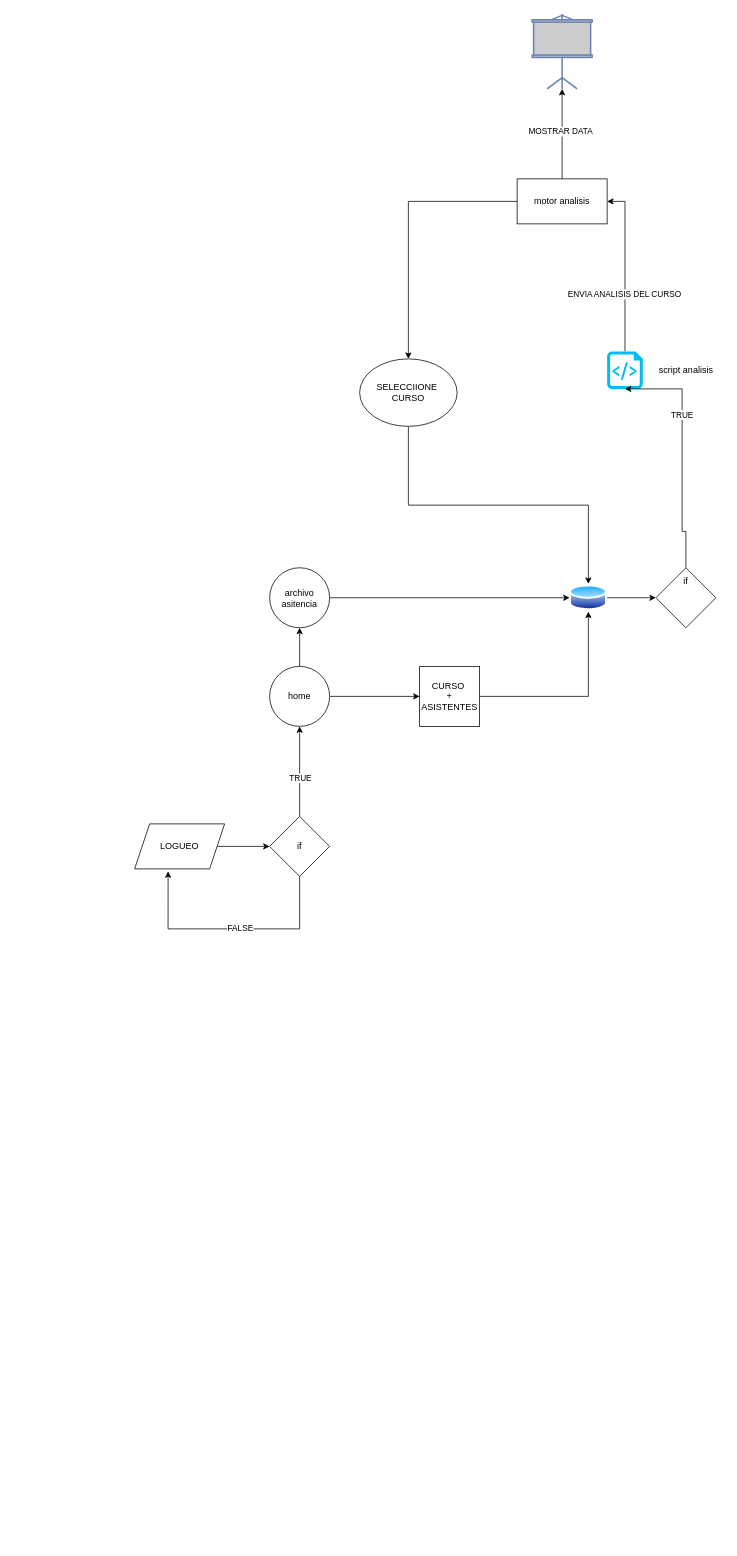
Earlier version of the draw.io diagram Docu/Diagrama de flujo.drawio (SCaneoGarrido/Desarrollo_Proyc_Tecn). Source tidied: cells renumbered, new cells numbered last; positions are measured from the earlier drawing's top-left corner, leaving out a move shared by most shapes. Both pictures are drawn from the tidied source at 75%, with x=0, y=0 at pixel (134, 14).
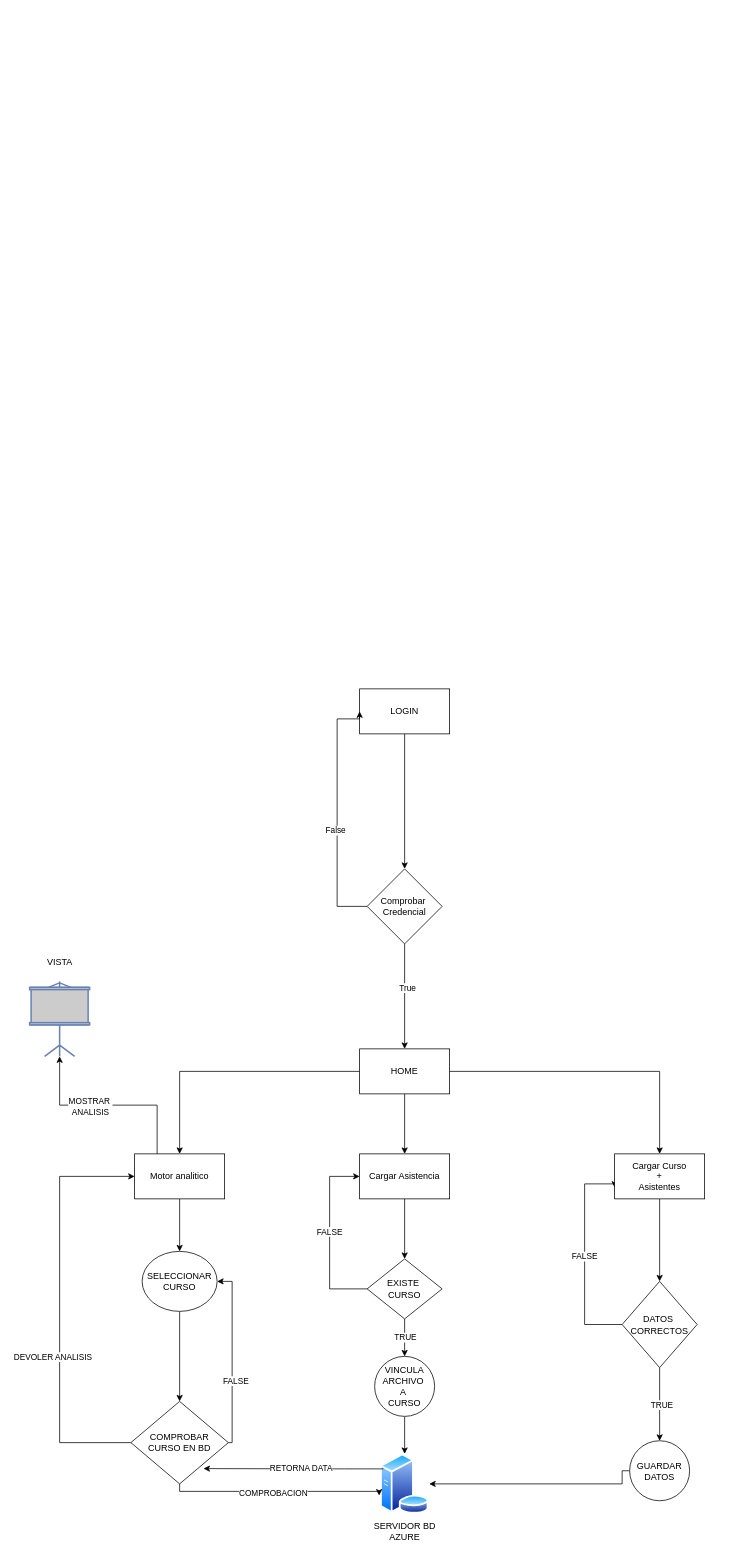
The same page after the edit.

Commit message (it also covers changes not shown here):
cambio flujo de app

What changed in the source:
```diff
@@
-    <mxCell id="2" style="edgeStyle=orthogonalEdgeStyle;rounded=0;jettySize=auto;html=1;entryX=0;entryY=0.5;entryDx=0;entryDy=0;" parent="1" edge="1" source="3" target="6">
-      <mxGeometry relative="1" as="geometry" />
-    </mxCell>
-    <mxCell id="3" value="LOGUEO" style="shape=parallelogram;perimeter=parallelogramPerimeter;whiteSpace=wrap;html=1;fixedSize=1;" parent="1" vertex="1">
-      <mxGeometry y="1080" width="120" height="60" as="geometry" />
-    </mxCell>
-    <mxCell id="4" style="edgeStyle=orthogonalEdgeStyle;rounded=0;jettySize=auto;html=1;" parent="1" edge="1" source="6" target="9">
-      <mxGeometry relative="1" as="geometry" />
-    </mxCell>
-    <mxCell id="5" value="TRUE" style="edgeLabel;html=1;align=center;verticalAlign=middle;" parent="4" vertex="1">
-      <mxGeometry x="-0.13" relative="1" as="geometry" />
-    </mxCell>
-    <mxCell id="6" value="if" style="rhombus;whiteSpace=wrap;html=1;" parent="1" vertex="1">
-      <mxGeometry x="180" y="1070" width="80" height="80" as="geometry" />
-    </mxCell>
-    <mxCell id="7" style="edgeStyle=orthogonalEdgeStyle;rounded=0;jettySize=auto;html=1;entryX=0;entryY=0.5;entryDx=0;entryDy=0;" parent="1" edge="1" source="9" target="13">
-      <mxGeometry relative="1" as="geometry" />
-    </mxCell>
-    <mxCell id="8" style="edgeStyle=orthogonalEdgeStyle;rounded=0;jettySize=auto;html=1;" parent="1" edge="1" source="9" target="17">
-      <mxGeometry relative="1" as="geometry" />
-    </mxCell>
-    <mxCell id="9" value="home" style="ellipse;whiteSpace=wrap;html=1;" parent="1" vertex="1">
-      <mxGeometry x="180" y="870" width="80" height="80" as="geometry" />
-    </mxCell>
-    <mxCell id="10" style="edgeStyle=orthogonalEdgeStyle;rounded=0;jettySize=auto;html=1;entryX=0.372;entryY=1.055;entryDx=0;entryDy=0;entryPerimeter=0;exitX=0.5;exitY=1;exitDx=0;exitDy=0;" parent="1" edge="1" source="6" target="3">
-      <mxGeometry relative="1" as="geometry">
-        <Array as="points">
-          <mxPoint x="220" y="1220" />
-          <mxPoint x="45" y="1220" />
-        </Array>
-      </mxGeometry>
-    </mxCell>
-    <mxCell id="11" value="FALSE" style="edgeLabel;html=1;align=center;verticalAlign=middle;" parent="10" vertex="1">
-      <mxGeometry x="-0.07" y="-2" relative="1" as="geometry" />
-    </mxCell>
-    <mxCell id="12" style="edgeStyle=orthogonalEdgeStyle;rounded=0;jettySize=auto;html=1;entryX=0.5;entryY=1;entryDx=0;entryDy=0;" parent="1" edge="1" source="13" target="15">
-      <mxGeometry relative="1" as="geometry" />
-    </mxCell>
-    <mxCell id="13" value="CURSO&amp;nbsp;&lt;br&gt;+&lt;br&gt;ASISTENTES" style="whiteSpace=wrap;html=1;" parent="1" vertex="1">
-      <mxGeometry x="380" y="870" width="80" height="80" as="geometry" />
-    </mxCell>
-    <mxCell id="14" style="edgeStyle=orthogonalEdgeStyle;rounded=0;jettySize=auto;html=1;" parent="1" edge="1" source="15" target="22">
-      <mxGeometry relative="1" as="geometry" />
-    </mxCell>
-    <mxCell id="15" style="image;perimeter=ellipsePerimeter;html=1;align=center;shadow=0;dashed=0;spacingTop=3;image=img/lib/active_directory/database.svg;" parent="1" vertex="1">
-      <mxGeometry x="580" y="760" width="50" height="37" as="geometry" />
-    </mxCell>
-    <mxCell id="16" style="edgeStyle=orthogonalEdgeStyle;rounded=0;jettySize=auto;html=1;entryX=0;entryY=0.5;entryDx=0;entryDy=0;" parent="1" edge="1" source="17" target="15">
-      <mxGeometry relative="1" as="geometry" />
-    </mxCell>
-    <mxCell id="17" value="archivo asitencia" style="ellipse;whiteSpace=wrap;html=1;" parent="1" vertex="1">
-      <mxGeometry x="180" y="738.5" width="80" height="80" as="geometry" />
-    </mxCell>
-    <mxCell id="18" style="edgeStyle=orthogonalEdgeStyle;rounded=0;jettySize=auto;html=1;" parent="1" edge="1" source="19" target="21">
-      <mxGeometry relative="1" as="geometry" />
-    </mxCell>
-    <mxCell id="19" value="motor analisis" style="rounded=0;whiteSpace=wrap;html=1;" parent="1" vertex="1">
-      <mxGeometry x="510" y="220" width="120" height="60" as="geometry" />
-    </mxCell>
-    <mxCell id="20" style="edgeStyle=orthogonalEdgeStyle;rounded=0;jettySize=auto;html=1;entryX=0.5;entryY=0;entryDx=0;entryDy=0;exitX=0.5;exitY=1;exitDx=0;exitDy=0;" parent="1" edge="1" source="21" target="15">
-      <mxGeometry relative="1" as="geometry" />
-    </mxCell>
-    <mxCell id="21" value="SELECCIIONE&amp;nbsp;&lt;br&gt;CURSO" style="ellipse;whiteSpace=wrap;html=1;rounded=0;" parent="1" vertex="1">
-      <mxGeometry x="300" y="460" width="130" height="90" as="geometry" />
-    </mxCell>
-    <mxCell id="22" value="if" style="rhombus;whiteSpace=wrap;html=1;verticalAlign=top;labelBackgroundColor=default;shadow=0;dashed=0;spacingTop=3;" parent="1" vertex="1">
-      <mxGeometry x="695" y="738.5" width="80" height="80" as="geometry" />
-    </mxCell>
-    <mxCell id="23" style="fontColor=#0066CC;verticalAlign=top;verticalLabelPosition=bottom;labelPosition=center;align=center;html=1;outlineConnect=0;fillColor=#CCCCCC;strokeColor=#6881B3;gradientColor=none;gradientDirection=north;strokeWidth=2;shape=mxgraph.networks.video_projector_screen;" parent="1" vertex="1">
-      <mxGeometry x="530" width="80" height="100" as="geometry" />
-    </mxCell>
-    <mxCell id="24" style="edgeStyle=orthogonalEdgeStyle;rounded=0;jettySize=auto;html=1;entryX=0.5;entryY=1;entryDx=0;entryDy=0;entryPerimeter=0;" parent="1" edge="1" source="19" target="23">
-      <mxGeometry relative="1" as="geometry" />
-    </mxCell>
-    <mxCell id="25" value="MOSTRAR DATA" style="edgeLabel;html=1;align=center;verticalAlign=middle;" parent="24" vertex="1">
-      <mxGeometry x="0.06" y="3" relative="1" as="geometry" />
-    </mxCell>
-    <mxCell id="26" style="edgeStyle=orthogonalEdgeStyle;rounded=0;jettySize=auto;html=1;entryX=1;entryY=0.5;entryDx=0;entryDy=0;" parent="1" edge="1" source="28" target="19">
-      <mxGeometry relative="1" as="geometry" />
-    </mxCell>
-    <mxCell id="27" value="ENVIA ANALISIS DEL CURSO" style="edgeLabel;html=1;align=center;verticalAlign=middle;" parent="26" vertex="1">
-      <mxGeometry x="-0.31" y="1" relative="1" as="geometry" />
-    </mxCell>
-    <mxCell id="28" style="verticalLabelPosition=bottom;html=1;verticalAlign=top;align=center;strokeColor=none;fillColor=#00BEF2;shape=mxgraph.azure.script_file;" parent="1" vertex="1">
-      <mxGeometry x="630" y="450" width="47.5" height="50" as="geometry" />
-    </mxCell>
-    <mxCell id="29" value="TRUE" style="edgeStyle=orthogonalEdgeStyle;rounded=0;jettySize=auto;html=1;entryX=0.5;entryY=1;entryDx=0;entryDy=0;entryPerimeter=0;" parent="1" edge="1" source="22" target="28">
-      <mxGeometry x="0.31" relative="1" as="geometry">
-        <Array as="points">
-          <mxPoint x="735" y="690" />
-          <mxPoint x="730" y="690" />
-          <mxPoint x="730" y="500" />
-        </Array>
-      </mxGeometry>
-    </mxCell>
-    <mxCell id="30" value="script analisis" style="text;html=1;align=center;verticalAlign=middle;strokeColor=none;fillColor=none;" parent="1" vertex="1">
-      <mxGeometry x="685" y="460" width="100" height="30" as="geometry" />
-    </mxCell>
+    <mxCell id="31" style="edgeStyle=orthogonalEdgeStyle;rounded=0;jettySize=auto;html=1;" parent="1" edge="1" source="32" target="37">
+      <mxGeometry relative="1" as="geometry" />
+    </mxCell>
+    <mxCell id="32" value="LOGIN" style="rounded=0;whiteSpace=wrap;html=1;" parent="1" vertex="1">
+      <mxGeometry x="300" y="900" width="120" height="60" as="geometry" />
+    </mxCell>
+    <mxCell id="33" style="edgeStyle=orthogonalEdgeStyle;rounded=0;jettySize=auto;html=1;entryX=0;entryY=0.5;entryDx=0;entryDy=0;" parent="1" edge="1" source="37" target="32">
+      <mxGeometry relative="1" as="geometry">
+        <Array as="points">
+          <mxPoint x="270" y="1190" />
+          <mxPoint x="270" y="940" />
+        </Array>
+      </mxGeometry>
+    </mxCell>
+    <mxCell id="34" value="False" style="edgeLabel;html=1;align=center;verticalAlign=middle;" parent="33" vertex="1">
+      <mxGeometry x="-0.14" y="3" relative="1" as="geometry" />
+    </mxCell>
+    <mxCell id="35" style="edgeStyle=orthogonalEdgeStyle;rounded=0;jettySize=auto;html=1;" parent="1" edge="1" source="37" target="41">
+      <mxGeometry relative="1" as="geometry" />
+    </mxCell>
+    <mxCell id="36" value="True" style="edgeLabel;html=1;align=center;verticalAlign=middle;" parent="35" vertex="1">
+      <mxGeometry x="-0.17" y="3" relative="1" as="geometry" />
+    </mxCell>
+    <mxCell id="37" value="Comprobar&amp;nbsp;&lt;br&gt;Credencial" style="rhombus;whiteSpace=wrap;html=1;rounded=0;" parent="1" vertex="1">
+      <mxGeometry x="310" y="1140" width="100" height="100" as="geometry" />
+    </mxCell>
+    <mxCell id="38" style="edgeStyle=orthogonalEdgeStyle;rounded=0;jettySize=auto;html=1;entryX=0.5;entryY=0;entryDx=0;entryDy=0;" parent="1" edge="1" source="41" target="60">
+      <mxGeometry relative="1" as="geometry" />
+    </mxCell>
+    <mxCell id="39" style="edgeStyle=orthogonalEdgeStyle;rounded=0;jettySize=auto;html=1;entryX=0.5;entryY=0;entryDx=0;entryDy=0;" parent="1" edge="1" source="41" target="64">
+      <mxGeometry relative="1" as="geometry" />
+    </mxCell>
+    <mxCell id="40" style="edgeStyle=orthogonalEdgeStyle;rounded=0;jettySize=auto;html=1;entryX=0.5;entryY=0;entryDx=0;entryDy=0;" parent="1" edge="1" source="41" target="59">
+      <mxGeometry relative="1" as="geometry" />
+    </mxCell>
+    <mxCell id="41" value="HOME" style="whiteSpace=wrap;html=1;rounded=0;" parent="1" vertex="1">
+      <mxGeometry x="300" y="1380" width="120" height="60" as="geometry" />
+    </mxCell>
+    <mxCell id="42" style="edgeStyle=orthogonalEdgeStyle;rounded=0;jettySize=auto;html=1;exitX=0.5;exitY=1;exitDx=0;exitDy=0;" parent="1" edge="1" source="60" target="49">
+      <mxGeometry relative="1" as="geometry" />
+    </mxCell>
+    <mxCell id="43" style="edgeStyle=orthogonalEdgeStyle;rounded=0;jettySize=auto;html=1;exitX=0.5;exitY=1;exitDx=0;exitDy=0;" parent="1" edge="1" source="59" target="56">
+      <mxGeometry relative="1" as="geometry" />
+    </mxCell>
+    <mxCell id="44" value="SERVIDOR BD&lt;br&gt;AZURE" style="image;perimeter=ellipsePerimeter;html=1;align=center;shadow=0;dashed=0;spacingTop=3;image=img/lib/active_directory/database_server.svg;" parent="1" vertex="1">
+      <mxGeometry x="327.2" y="1920" width="65.6" height="80" as="geometry" />
+    </mxCell>
+    <mxCell id="45" style="edgeStyle=orthogonalEdgeStyle;rounded=0;jettySize=auto;html=1;" parent="1" edge="1" source="49" target="51">
+      <mxGeometry relative="1" as="geometry" />
+    </mxCell>
+    <mxCell id="46" value="TRUE" style="edgeLabel;html=1;align=center;verticalAlign=middle;" parent="45" vertex="1">
+      <mxGeometry y="2" relative="1" as="geometry" />
+    </mxCell>
+    <mxCell id="47" style="edgeStyle=orthogonalEdgeStyle;rounded=0;jettySize=auto;html=1;entryX=0;entryY=0.75;entryDx=0;entryDy=0;exitX=0;exitY=0.5;exitDx=0;exitDy=0;" parent="1" edge="1" source="49" target="60">
+      <mxGeometry relative="1" as="geometry">
+        <Array as="points">
+          <mxPoint x="600" y="1748" />
+          <mxPoint x="600" y="1560" />
+          <mxPoint x="640" y="1560" />
+        </Array>
+      </mxGeometry>
+    </mxCell>
+    <mxCell id="48" value="FALSE" style="edgeLabel;html=1;align=center;verticalAlign=middle;" parent="47" vertex="1">
+      <mxGeometry y="1" relative="1" as="geometry" />
+    </mxCell>
+    <mxCell id="49" value="DATOS&amp;nbsp;&lt;br&gt;CORRECTOS" style="rhombus;whiteSpace=wrap;html=1;rounded=0;" parent="1" vertex="1">
+      <mxGeometry x="650" y="1690" width="100" height="115" as="geometry" />
+    </mxCell>
+    <mxCell id="50" style="edgeStyle=orthogonalEdgeStyle;rounded=0;jettySize=auto;html=1;entryX=1;entryY=0.5;entryDx=0;entryDy=0;exitX=0;exitY=0.5;exitDx=0;exitDy=0;" parent="1" edge="1" source="51" target="44">
+      <mxGeometry relative="1" as="geometry">
+        <Array as="points">
+          <mxPoint x="650" y="1943" />
+          <mxPoint x="650" y="1960" />
+        </Array>
+      </mxGeometry>
+    </mxCell>
+    <mxCell id="51" value="GUARDAR&lt;br&gt;DATOS" style="ellipse;whiteSpace=wrap;html=1;rounded=0;" parent="1" vertex="1">
+      <mxGeometry x="660" y="1902.5" width="80" height="80" as="geometry" />
+    </mxCell>
+    <mxCell id="52" style="edgeStyle=orthogonalEdgeStyle;rounded=0;jettySize=auto;html=1;" parent="1" edge="1" source="56" target="58">
+      <mxGeometry relative="1" as="geometry" />
+    </mxCell>
+    <mxCell id="53" value="TRUE" style="edgeLabel;html=1;align=center;verticalAlign=middle;" parent="52" vertex="1">
+      <mxGeometry x="-0.06" relative="1" as="geometry" />
+    </mxCell>
+    <mxCell id="54" style="edgeStyle=orthogonalEdgeStyle;rounded=0;jettySize=auto;html=1;entryX=0;entryY=0.5;entryDx=0;entryDy=0;exitX=0;exitY=0.5;exitDx=0;exitDy=0;" parent="1" edge="1" source="56" target="59">
+      <mxGeometry relative="1" as="geometry">
+        <Array as="points">
+          <mxPoint x="260" y="1700" />
+          <mxPoint x="260" y="1550" />
+        </Array>
+      </mxGeometry>
+    </mxCell>
+    <mxCell id="55" value="FALSE" style="edgeLabel;html=1;align=center;verticalAlign=middle;" parent="54" vertex="1">
+      <mxGeometry x="0.06" y="1" relative="1" as="geometry" />
+    </mxCell>
+    <mxCell id="56" value="EXISTE&amp;nbsp;&lt;br&gt;CURSO" style="rhombus;whiteSpace=wrap;html=1;rounded=0;" parent="1" vertex="1">
+      <mxGeometry x="310" y="1660" width="100" height="80" as="geometry" />
+    </mxCell>
+    <mxCell id="57" style="edgeStyle=orthogonalEdgeStyle;rounded=0;jettySize=auto;html=1;entryX=0.5;entryY=0;entryDx=0;entryDy=0;" parent="1" edge="1" source="58" target="44">
+      <mxGeometry relative="1" as="geometry" />
+    </mxCell>
+    <mxCell id="58" value="VINCULA&lt;br&gt;ARCHIVO&amp;nbsp;&lt;br&gt;A&amp;nbsp;&lt;br&gt;CURSO" style="ellipse;whiteSpace=wrap;html=1;rounded=0;" parent="1" vertex="1">
+      <mxGeometry x="320" y="1790" width="80" height="80" as="geometry" />
+    </mxCell>
+    <mxCell id="59" value="Cargar Asistencia" style="whiteSpace=wrap;html=1;rounded=0;" parent="1" vertex="1">
+      <mxGeometry x="300" y="1520" width="120" height="60" as="geometry" />
+    </mxCell>
+    <mxCell id="60" value="Cargar Curso&lt;br&gt;+&lt;br&gt;Asistentes" style="whiteSpace=wrap;html=1;rounded=0;" parent="1" vertex="1">
+      <mxGeometry x="640" y="1520" width="120" height="60" as="geometry" />
+    </mxCell>
+    <mxCell id="61" style="edgeStyle=orthogonalEdgeStyle;rounded=0;jettySize=auto;html=1;" parent="1" edge="1" source="64" target="66">
+      <mxGeometry relative="1" as="geometry" />
+    </mxCell>
+    <mxCell id="62" style="edgeStyle=orthogonalEdgeStyle;rounded=0;jettySize=auto;html=1;exitX=0.25;exitY=0;exitDx=0;exitDy=0;" parent="1" edge="1" source="64" target="76">
+      <mxGeometry relative="1" as="geometry" />
+    </mxCell>
+    <mxCell id="63" value="MOSTRAR&amp;nbsp;&lt;br&gt;ANALISIS" style="edgeLabel;html=1;align=center;verticalAlign=middle;" parent="62" vertex="1">
+      <mxGeometry x="0.19" y="1" relative="1" as="geometry" />
+    </mxCell>
+    <mxCell id="64" value="Motor analitico" style="whiteSpace=wrap;html=1;rounded=0;" parent="1" vertex="1">
+      <mxGeometry y="1520" width="120" height="60" as="geometry" />
+    </mxCell>
+    <mxCell id="65" style="edgeStyle=orthogonalEdgeStyle;rounded=0;jettySize=auto;html=1;entryX=0.5;entryY=0;entryDx=0;entryDy=0;" parent="1" edge="1" source="66" target="71">
+      <mxGeometry relative="1" as="geometry" />
+    </mxCell>
+    <mxCell id="66" value="SELECCIONAR CURSO" style="ellipse;whiteSpace=wrap;html=1;rounded=0;" parent="1" vertex="1">
+      <mxGeometry x="10" y="1650" width="100" height="80" as="geometry" />
+    </mxCell>
+    <mxCell id="67" style="edgeStyle=orthogonalEdgeStyle;rounded=0;jettySize=auto;html=1;entryX=1;entryY=0.5;entryDx=0;entryDy=0;" parent="1" edge="1" source="71" target="66">
+      <mxGeometry relative="1" as="geometry">
+        <Array as="points">
+          <mxPoint x="130" y="1905" />
+          <mxPoint x="130" y="1690" />
+        </Array>
+      </mxGeometry>
+    </mxCell>
+    <mxCell id="68" value="FALSE" style="edgeLabel;html=1;align=center;verticalAlign=middle;" parent="67" vertex="1">
+      <mxGeometry x="-0.27" y="-3" relative="1" as="geometry">
+        <mxPoint x="1" as="offset" />
+      </mxGeometry>
+    </mxCell>
+    <mxCell id="69" style="edgeStyle=orthogonalEdgeStyle;rounded=0;jettySize=auto;html=1;entryX=0;entryY=0.5;entryDx=0;entryDy=0;" parent="1" edge="1" source="71" target="64">
+      <mxGeometry relative="1" as="geometry">
+        <Array as="points">
+          <mxPoint x="-100" y="1905" />
+          <mxPoint x="-100" y="1550" />
+        </Array>
+      </mxGeometry>
+    </mxCell>
+    <mxCell id="70" value="DEVOLER ANALISIS" style="edgeLabel;html=1;align=center;verticalAlign=middle;" parent="69" vertex="1">
+      <mxGeometry x="0.07" y="1" relative="1" as="geometry">
+        <mxPoint x="-9" y="84" as="offset" />
+      </mxGeometry>
+    </mxCell>
+    <mxCell id="71" value="COMPROBAR&lt;div&gt;CURSO EN BD&lt;/div&gt;" style="rhombus;whiteSpace=wrap;html=1;rounded=0;" parent="1" vertex="1">
+      <mxGeometry x="-5" y="1850" width="130" height="110" as="geometry" />
+    </mxCell>
+    <mxCell id="72" style="edgeStyle=orthogonalEdgeStyle;rounded=0;jettySize=auto;html=1;entryX=-0.018;entryY=0.694;entryDx=0;entryDy=0;entryPerimeter=0;" parent="1" edge="1" source="71" target="44">
+      <mxGeometry relative="1" as="geometry">
+        <Array as="points">
+          <mxPoint x="60" y="1970" />
+          <mxPoint x="326" y="1970" />
+        </Array>
+      </mxGeometry>
+    </mxCell>
+    <mxCell id="73" value="COMPROBACION" style="edgeLabel;html=1;align=center;verticalAlign=middle;" parent="72" vertex="1">
+      <mxGeometry x="-0.05" y="-1" relative="1" as="geometry" />
+    </mxCell>
+    <mxCell id="74" style="edgeStyle=orthogonalEdgeStyle;rounded=0;jettySize=auto;html=1;entryX=0.745;entryY=0.815;entryDx=0;entryDy=0;entryPerimeter=0;" parent="1" edge="1" source="44" target="71">
+      <mxGeometry relative="1" as="geometry">
+        <Array as="points">
+          <mxPoint x="280" y="1940" />
+          <mxPoint x="280" y="1940" />
+        </Array>
+      </mxGeometry>
+    </mxCell>
+    <mxCell id="75" value="RETORNA DATA" style="edgeLabel;html=1;align=center;verticalAlign=middle;" parent="74" vertex="1">
+      <mxGeometry x="-0.08" y="-1" relative="1" as="geometry" />
+    </mxCell>
+    <mxCell id="76" style="fontColor=#0066CC;verticalAlign=top;verticalLabelPosition=bottom;labelPosition=center;align=center;html=1;outlineConnect=0;fillColor=#CCCCCC;strokeColor=#6881B3;gradientColor=none;gradientDirection=north;strokeWidth=2;shape=mxgraph.networks.video_projector_screen;" parent="1" vertex="1">
+      <mxGeometry x="-140" y="1290" width="80" height="100" as="geometry" />
+    </mxCell>
+    <mxCell id="77" value="VISTA" style="text;html=1;align=center;verticalAlign=middle;strokeColor=none;fillColor=none;" parent="1" vertex="1">
+      <mxGeometry x="-130" y="1250" width="60" height="30" as="geometry" />
+    </mxCell>
```
